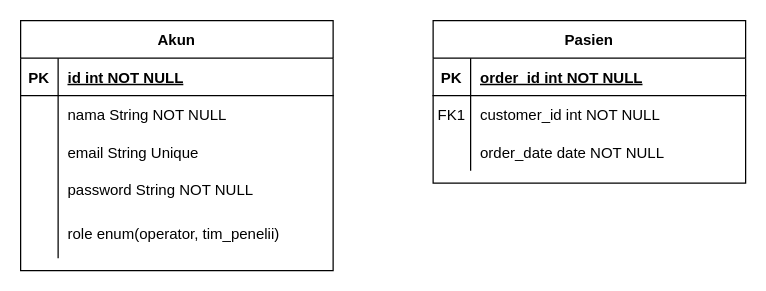
Before: Untitled Diagram.drawio in zzarr/Tugas-Akhir, a draw.io diagram. Source tidied: cells renumbered, new cells numbered last; positions are measured from the earlier drawing's top-left corner, leaving out a move shared by most shapes. Both pictures are drawn from the tidied source at 125%, with x=0, y=0 at pixel (20, 20).
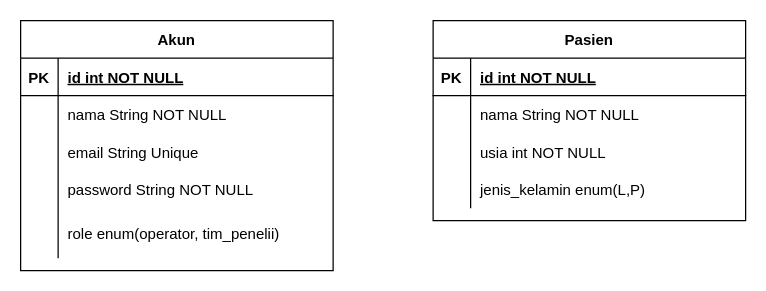
The same page after the edit.

The change refers to these unchanged cells:
```xml
<mxCell id="3" style="shape=partialRectangle;fillColor=none;top=0;left=0;right=0;bottom=1;" parent="2" vertex="1">
  <mxGeometry y="30" width="250" height="30" as="geometry" />
</mxCell>
<mxCell id="6" style="shape=partialRectangle;fillColor=none;top=0;left=0;right=0;bottom=0;" parent="2" vertex="1">
  <mxGeometry y="60" width="250" height="30" as="geometry" />
</mxCell>
<mxCell id="9" style="shape=partialRectangle;fillColor=none;top=0;left=0;right=0;bottom=0;" parent="2" vertex="1">
  <mxGeometry y="90" width="250" height="30" as="geometry" />
</mxCell>
```

Diff of the diagram source:
```diff
@@
     <mxCell id="2" value="Pasien" style="shape=table;startSize=30;childLayout=tableLayout;rowLines=0;fontStyle=1;align=center;" parent="1" vertex="1">
-      <mxGeometry x="330" width="250" height="130" as="geometry" />
+      <mxGeometry x="330" width="250" height="160" as="geometry" />
     </mxCell>
@@
-    <mxCell id="5" value="order_id int NOT NULL " style="shape=partialRectangle;overflow=hidden;fillColor=none;top=0;left=0;bottom=0;right=0;align=left;spacingLeft=6;fontStyle=5;" parent="3" vertex="1">
+    <mxCell id="5" value="id int NOT NULL" style="shape=partialRectangle;overflow=hidden;fillColor=none;top=0;left=0;bottom=0;right=0;align=left;spacingLeft=6;fontStyle=5;" parent="3" vertex="1">
       <mxGeometry x="30" width="220" height="30" as="geometry" />
     </mxCell>
@@
-    <mxCell id="7" value="FK1" style="shape=partialRectangle;overflow=hidden;fillColor=none;top=0;left=0;bottom=0;right=0;" parent="6" vertex="1">
+    <mxCell id="7" style="shape=partialRectangle;overflow=hidden;fillColor=none;top=0;left=0;bottom=0;right=0;" parent="6" vertex="1">
       <mxGeometry width="30" height="30" as="geometry" />
     </mxCell>
-    <mxCell id="8" value="customer_id int NOT NULL" style="shape=partialRectangle;overflow=hidden;fillColor=none;top=0;left=0;bottom=0;right=0;align=left;spacingLeft=6;" parent="6" vertex="1">
+    <mxCell id="8" value="nama String NOT NULL" style="shape=partialRectangle;overflow=hidden;fillColor=none;top=0;left=0;bottom=0;right=0;align=left;spacingLeft=6;" parent="6" vertex="1">
       <mxGeometry x="30" width="220" height="30" as="geometry" />
     </mxCell>
@@
-    <mxCell id="11" value="order_date date NOT NULL" style="shape=partialRectangle;overflow=hidden;fillColor=none;top=0;left=0;bottom=0;right=0;align=left;spacingLeft=6;" parent="9" vertex="1">
+    <mxCell id="11" value="usia int NOT NULL" style="shape=partialRectangle;overflow=hidden;fillColor=none;top=0;left=0;bottom=0;right=0;align=left;spacingLeft=6;" parent="9" vertex="1">
       <mxGeometry x="30" width="220" height="30" as="geometry" />
     </mxCell>
+    <mxCell id="28" style="shape=partialRectangle;fillColor=none;top=0;left=0;right=0;bottom=0;" parent="2" vertex="1">
+      <mxGeometry y="120" width="250" height="30" as="geometry" />
+    </mxCell>
+    <mxCell id="29" style="shape=partialRectangle;overflow=hidden;fillColor=none;top=0;left=0;bottom=0;right=0;" parent="28" vertex="1">
+      <mxGeometry width="30" height="30" as="geometry" />
+    </mxCell>
+    <mxCell id="30" value="jenis_kelamin enum(L,P)" style="shape=partialRectangle;overflow=hidden;fillColor=none;top=0;left=0;bottom=0;right=0;align=left;spacingLeft=6;" parent="28" vertex="1">
+      <mxGeometry x="30" width="220" height="30" as="geometry" />
+    </mxCell>
```
